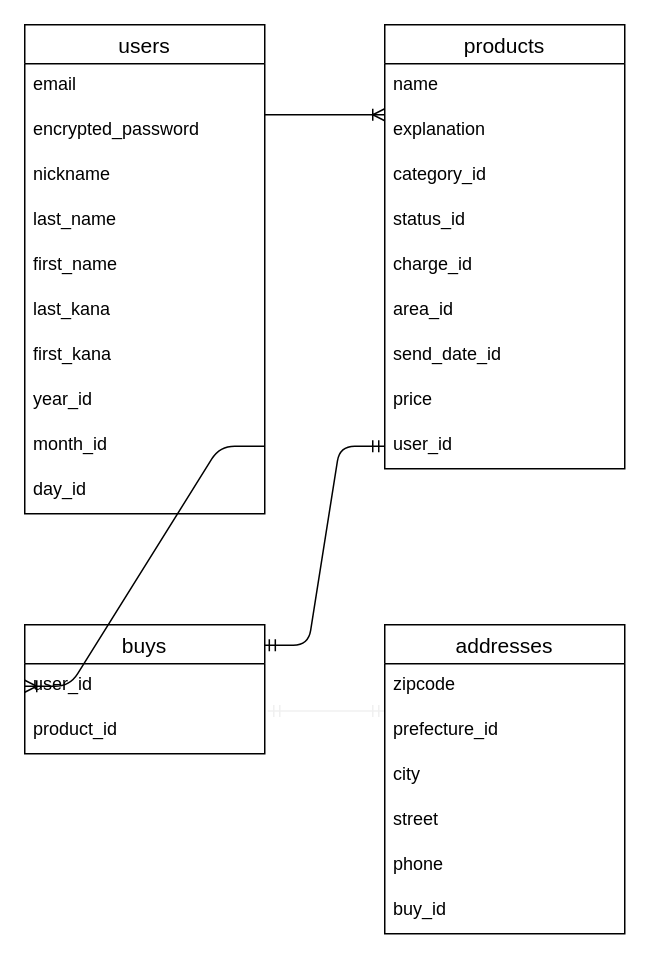
Earlier version of the draw.io diagram ER.drawio (TAKAi3y0/furima-32117). Source tidied: cells renumbered, new cells numbered last; positions are measured from the earlier drawing's top-left corner, leaving out a move shared by most shapes. Both pictures are drawn from the tidied source at 150%, with x=0, y=0 at pixel (24, 24).
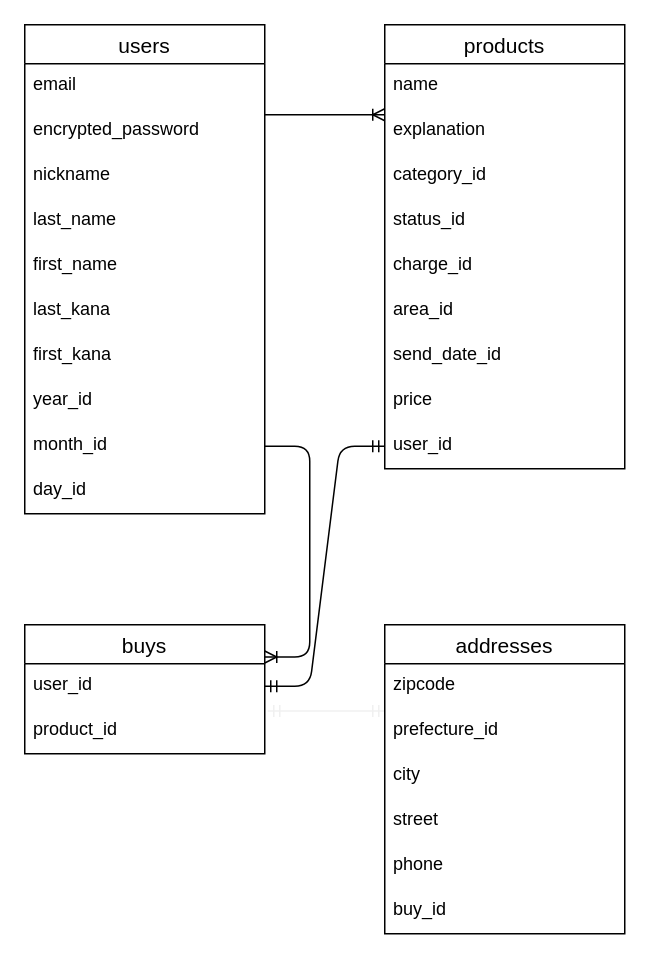
The same diagram, later.

The change refers to these unchanged cells:
```xml
<mxCell id="11" value="month_id" style="text;strokeColor=none;fillColor=none;spacingLeft=4;spacingRight=4;overflow=hidden;points=[[0,0.5],[1,0.5]];portConstraint=eastwest;fontSize=12;" parent="2" vertex="1">
  <mxGeometry y="266" width="160" height="30" as="geometry" />
</mxCell>
<mxCell id="23" value="buys" style="swimlane;fontStyle=0;horizontal=1;startSize=26;align=center;fontSize=14;" parent="1" vertex="1">
  <mxGeometry y="400" width="160" height="86" as="geometry" />
</mxCell>
<mxCell id="24" value="user_id" style="text;strokeColor=none;fillColor=none;spacingLeft=4;spacingRight=4;overflow=hidden;points=[[0,0.5],[1,0.5]];portConstraint=eastwest;fontSize=12;" parent="23" vertex="1">
  <mxGeometry y="26" width="160" height="30" as="geometry" />
</mxCell>
<mxCell id="35" value="user_id" style="text;strokeColor=none;fillColor=none;spacingLeft=4;spacingRight=4;overflow=hidden;points=[[0,0.5],[1,0.5]];portConstraint=eastwest;fontSize=12;" parent="26" vertex="1">
  <mxGeometry y="266" width="160" height="30" as="geometry" />
</mxCell>
```

Change to the diagram source:
```diff
@@
-    <mxCell id="14" style="edgeStyle=entityRelationEdgeStyle;fontSize=12;html=1;endArrow=ERmandOne;startArrow=ERmandOne;exitX=0.994;exitY=0.158;exitDx=0;exitDy=0;exitPerimeter=0;entryX=0;entryY=0.5;entryDx=0;entryDy=0;" parent="1" edge="1" source="23" target="35">
+    <mxCell id="14" style="edgeStyle=entityRelationEdgeStyle;fontSize=12;html=1;endArrow=ERmandOne;startArrow=ERmandOne;exitX=1;exitY=0.5;exitDx=0;exitDy=0;entryX=0;entryY=0.5;entryDx=0;entryDy=0;" parent="1" edge="1" source="24" target="35">
       <mxGeometry relative="1" as="geometry" />
     </mxCell>
@@
-    <mxCell id="36" style="edgeStyle=entityRelationEdgeStyle;fontSize=12;html=1;endArrow=ERoneToMany;exitX=1;exitY=0.5;exitDx=0;exitDy=0;entryX=0;entryY=0.5;entryDx=0;entryDy=0;" parent="1" edge="1" source="11" target="24">
+    <mxCell id="36" style="edgeStyle=entityRelationEdgeStyle;fontSize=12;html=1;endArrow=ERoneToMany;exitX=1;exitY=0.5;exitDx=0;exitDy=0;entryX=1;entryY=0.25;entryDx=0;entryDy=0;" parent="1" edge="1" source="11" target="23">
       <mxGeometry relative="1" as="geometry" />
     </mxCell>
```
